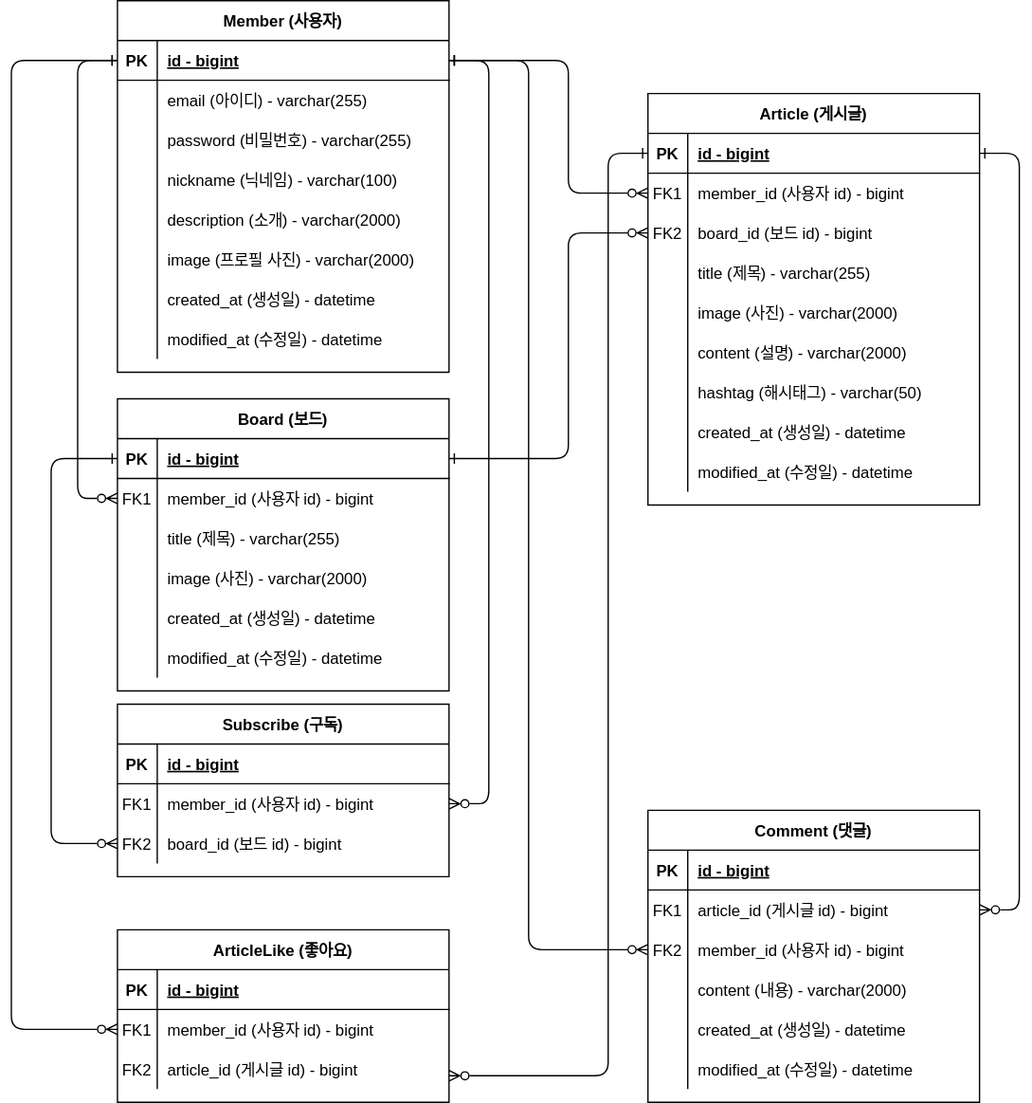
The draw.io diagram document/erd.svg in yessm621/pinterest, before a commit. Source tidied: cells renumbered, new cells last; positions are measured from the earlier drawing's top-left corner, leaving out a move shared by most shapes.
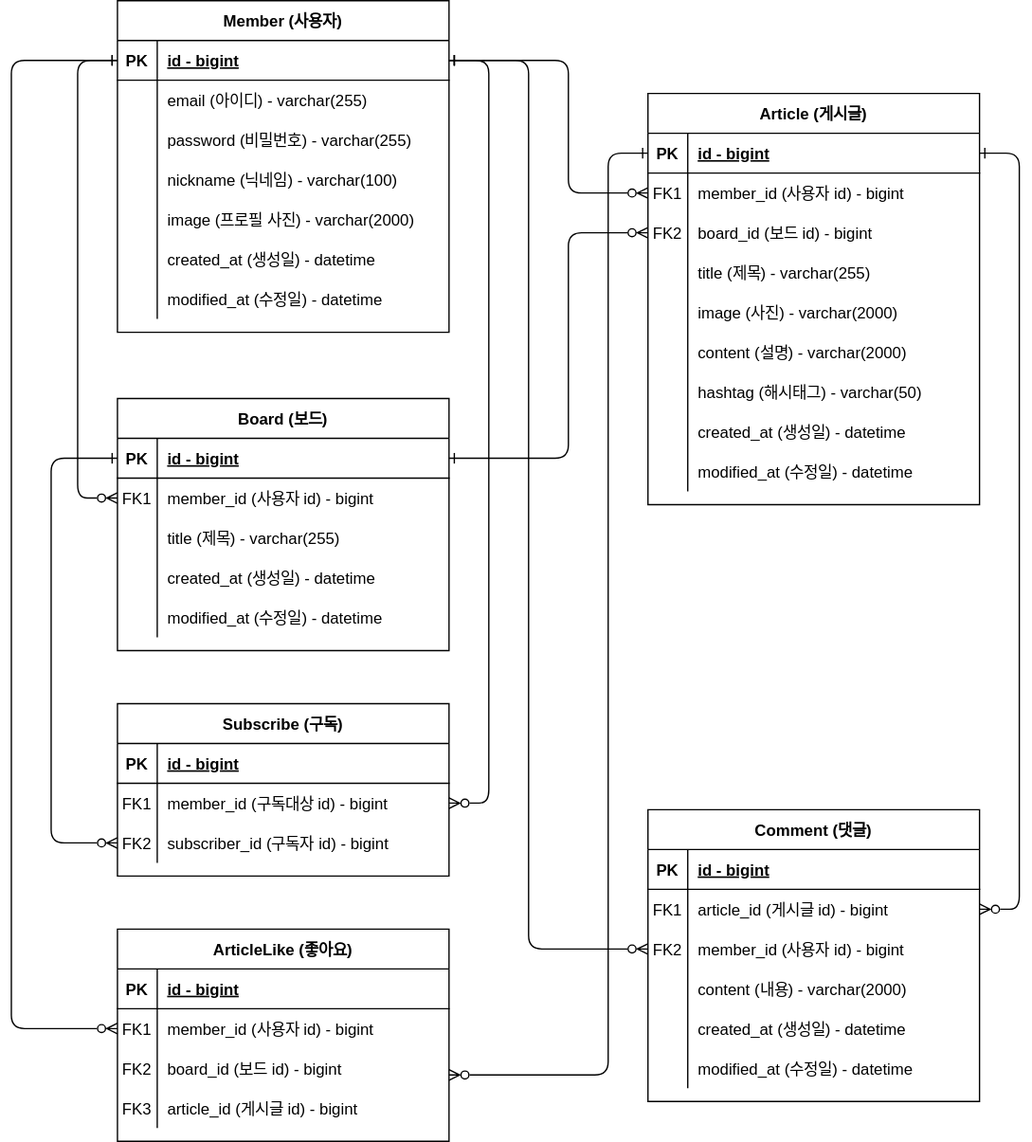
The same file after the commit.

What changed in the source:
```diff
@@ -87,7 +87,7 @@
       <mxGeometry x="30" width="220" height="30" as="geometry" />
     </mxCell>
     <mxCell id="30" value="Member (사용자)" style="shape=table;startSize=30;rowLines=0;fontStyle=1;align=center;" parent="1" vertex="1">
-      <mxGeometry x="80" width="250" height="280" as="geometry" />
+      <mxGeometry x="80" width="250" height="250" as="geometry" />
     </mxCell>
     <mxCell id="31" style="shape=partialRectangle;fillColor=none;points=[[0,0.5],[1,0.5]];portConstraint=eastwest;top=0;left=0;right=0;bottom=1;" parent="30" vertex="1">
       <mxGeometry y="30" width="250" height="30" as="geometry" />
@@ -125,17 +125,8 @@
     <mxCell id="42" value="nickname (닉네임) - varchar(100)" style="shape=partialRectangle;overflow=hidden;fillColor=none;top=0;left=0;bottom=0;right=0;align=left;spacingLeft=6;" parent="40" vertex="1">
       <mxGeometry x="30" width="220" height="30" as="geometry" />
     </mxCell>
-    <mxCell id="43" style="shape=partialRectangle;fillColor=none;top=0;left=0;right=0;bottom=0;" parent="30" vertex="1">
-      <mxGeometry y="150" width="250" height="30" as="geometry" />
-    </mxCell>
-    <mxCell id="44" style="shape=partialRectangle;overflow=hidden;fillColor=none;top=0;left=0;bottom=0;right=0;" parent="43" vertex="1">
-      <mxGeometry width="30" height="30" as="geometry" />
-    </mxCell>
-    <mxCell id="45" value="description (소개) - varchar(2000)" style="shape=partialRectangle;overflow=hidden;fillColor=none;top=0;left=0;bottom=0;right=0;align=left;spacingLeft=6;" parent="43" vertex="1">
-      <mxGeometry x="30" width="220" height="30" as="geometry" />
-    </mxCell>
     <mxCell id="46" style="shape=partialRectangle;fillColor=none;top=0;left=0;right=0;bottom=0;" parent="30" vertex="1">
-      <mxGeometry y="180" width="250" height="30" as="geometry" />
+      <mxGeometry y="150" width="250" height="30" as="geometry" />
     </mxCell>
     <mxCell id="47" style="shape=partialRectangle;overflow=hidden;fillColor=none;top=0;left=0;bottom=0;right=0;" parent="46" vertex="1">
       <mxGeometry width="30" height="30" as="geometry" />
@@ -144,7 +135,7 @@
       <mxGeometry x="30" width="220" height="30" as="geometry" />
     </mxCell>
     <mxCell id="49" style="shape=partialRectangle;fillColor=none;top=0;left=0;right=0;bottom=0;" parent="30" vertex="1">
-      <mxGeometry y="210" width="250" height="30" as="geometry" />
+      <mxGeometry y="180" width="250" height="30" as="geometry" />
     </mxCell>
     <mxCell id="50" style="shape=partialRectangle;overflow=hidden;fillColor=none;top=0;left=0;bottom=0;right=0;" parent="49" vertex="1">
       <mxGeometry width="30" height="30" as="geometry" />
@@ -153,7 +144,7 @@
       <mxGeometry x="30" width="220" height="30" as="geometry" />
     </mxCell>
     <mxCell id="52" style="shape=partialRectangle;fillColor=none;top=0;left=0;right=0;bottom=0;" parent="30" vertex="1">
-      <mxGeometry y="240" width="250" height="30" as="geometry" />
+      <mxGeometry y="210" width="250" height="30" as="geometry" />
     </mxCell>
     <mxCell id="53" style="shape=partialRectangle;overflow=hidden;fillColor=none;top=0;left=0;bottom=0;right=0;" parent="52" vertex="1">
       <mxGeometry width="30" height="30" as="geometry" />
@@ -162,7 +153,7 @@
       <mxGeometry x="30" width="220" height="30" as="geometry" />
     </mxCell>
     <mxCell id="55" value="Board (보드)" style="shape=table;startSize=30;rowLines=0;fontStyle=1;align=center;" parent="1" vertex="1">
-      <mxGeometry x="80" y="300" width="250" height="220" as="geometry" />
+      <mxGeometry x="80" y="300" width="250" height="190" as="geometry" />
     </mxCell>
     <mxCell id="56" style="shape=partialRectangle;fillColor=none;points=[[0,0.5],[1,0.5]];portConstraint=eastwest;top=0;left=0;right=0;bottom=1;" parent="55" vertex="1">
       <mxGeometry y="30" width="250" height="30" as="geometry" />
@@ -191,17 +182,8 @@
     <mxCell id="64" value="title (제목) - varchar(255)" style="shape=partialRectangle;overflow=hidden;fillColor=none;top=0;left=0;bottom=0;right=0;align=left;spacingLeft=6;" parent="62" vertex="1">
       <mxGeometry x="30" width="220" height="30" as="geometry" />
     </mxCell>
-    <mxCell id="65" style="shape=partialRectangle;fillColor=none;top=0;left=0;right=0;bottom=0;" parent="55" vertex="1">
-      <mxGeometry y="120" width="250" height="30" as="geometry" />
-    </mxCell>
-    <mxCell id="66" style="shape=partialRectangle;overflow=hidden;fillColor=none;top=0;left=0;bottom=0;right=0;" parent="65" vertex="1">
-      <mxGeometry width="30" height="30" as="geometry" />
-    </mxCell>
-    <mxCell id="67" value="image (사진) - varchar(2000)" style="shape=partialRectangle;overflow=hidden;fillColor=none;top=0;left=0;bottom=0;right=0;align=left;spacingLeft=6;" parent="65" vertex="1">
-      <mxGeometry x="30" width="220" height="30" as="geometry" />
-    </mxCell>
     <mxCell id="68" style="shape=partialRectangle;fillColor=none;top=0;left=0;right=0;bottom=0;" parent="55" vertex="1">
-      <mxGeometry y="150" width="250" height="30" as="geometry" />
+      <mxGeometry y="120" width="250" height="30" as="geometry" />
     </mxCell>
     <mxCell id="69" style="shape=partialRectangle;overflow=hidden;fillColor=none;top=0;left=0;bottom=0;right=0;" parent="68" vertex="1">
       <mxGeometry width="30" height="30" as="geometry" />
@@ -210,7 +192,7 @@
       <mxGeometry x="30" width="220" height="30" as="geometry" />
     </mxCell>
     <mxCell id="71" style="shape=partialRectangle;fillColor=none;top=0;left=0;right=0;bottom=0;" parent="55" vertex="1">
-      <mxGeometry y="180" width="250" height="30" as="geometry" />
+      <mxGeometry y="150" width="250" height="30" as="geometry" />
     </mxCell>
     <mxCell id="72" style="shape=partialRectangle;overflow=hidden;fillColor=none;top=0;left=0;bottom=0;right=0;" parent="71" vertex="1">
       <mxGeometry width="30" height="30" as="geometry" />
@@ -293,7 +275,7 @@
     <mxCell id="98" value="FK1" style="shape=partialRectangle;overflow=hidden;fillColor=none;top=0;left=0;bottom=0;right=0;" parent="97" vertex="1">
       <mxGeometry width="30" height="30" as="geometry" />
     </mxCell>
-    <mxCell id="99" value="member_id (사용자 id) - bigint" style="shape=partialRectangle;overflow=hidden;fillColor=none;top=0;left=0;bottom=0;right=0;align=left;spacingLeft=6;" parent="97" vertex="1">
+    <mxCell id="99" value="member_id (구독대상 id) - bigint" style="shape=partialRectangle;overflow=hidden;fillColor=none;top=0;left=0;bottom=0;right=0;align=left;spacingLeft=6;" parent="97" vertex="1">
       <mxGeometry x="30" width="220" height="30" as="geometry" />
     </mxCell>
     <mxCell id="100" style="shape=partialRectangle;fillColor=none;points=[[0,0.5],[1,0.5]];portConstraint=eastwest;top=0;left=0;right=0;bottom=0;" parent="93" vertex="1">
@@ -302,11 +284,11 @@
     <mxCell id="101" value="FK2" style="shape=partialRectangle;overflow=hidden;fillColor=none;top=0;left=0;bottom=0;right=0;" parent="100" vertex="1">
       <mxGeometry width="30" height="30" as="geometry" />
     </mxCell>
-    <mxCell id="102" value="board_id (보드 id) - bigint" style="shape=partialRectangle;overflow=hidden;fillColor=none;top=0;left=0;bottom=0;right=0;align=left;spacingLeft=6;" parent="100" vertex="1">
+    <mxCell id="102" value="subscriber_id (구독자 id) - bigint" style="shape=partialRectangle;overflow=hidden;fillColor=none;top=0;left=0;bottom=0;right=0;align=left;spacingLeft=6;" parent="100" vertex="1">
       <mxGeometry x="30" width="220" height="30" as="geometry" />
     </mxCell>
     <mxCell id="103" value="ArticleLike (좋아요)" style="shape=table;startSize=30;rowLines=0;fontStyle=1;align=center;" parent="1" vertex="1">
-      <mxGeometry x="80" y="700" width="250" height="130" as="geometry" />
+      <mxGeometry x="80" y="700" width="250" height="160" as="geometry" />
     </mxCell>
     <mxCell id="104" style="shape=partialRectangle;fillColor=none;top=0;left=0;right=0;bottom=1;" parent="103" vertex="1">
       <mxGeometry y="30" width="250" height="30" as="geometry" />
@@ -332,9 +314,18 @@
     <mxCell id="111" value="FK2" style="shape=partialRectangle;overflow=hidden;fillColor=none;top=0;left=0;bottom=0;right=0;" parent="110" vertex="1">
       <mxGeometry width="30" height="30" as="geometry" />
     </mxCell>
-    <mxCell id="112" value="article_id (게시글 id) - bigint" style="shape=partialRectangle;overflow=hidden;fillColor=none;top=0;left=0;bottom=0;right=0;align=left;spacingLeft=6;" parent="110" vertex="1">
+    <mxCell id="112" value="board_id (보드 id) - bigint" style="shape=partialRectangle;overflow=hidden;fillColor=none;top=0;left=0;bottom=0;right=0;align=left;spacingLeft=6;" parent="110" vertex="1">
       <mxGeometry x="30" width="220" height="30" as="geometry" />
     </mxCell>
+    <mxCell id="65" style="shape=partialRectangle;fillColor=none;top=0;left=0;right=0;bottom=0;" parent="103" vertex="1">
+      <mxGeometry y="120" width="250" height="30" as="geometry" />
+    </mxCell>
+    <mxCell id="122" value="FK3" style="shape=partialRectangle;overflow=hidden;fillColor=none;top=0;left=0;bottom=0;right=0;" parent="65" vertex="1">
+      <mxGeometry width="30" height="30" as="geometry" />
+    </mxCell>
+    <mxCell id="123" value="article_id (게시글 id) - bigint" style="shape=partialRectangle;overflow=hidden;fillColor=none;top=0;left=0;bottom=0;right=0;align=left;spacingLeft=6;" parent="65" vertex="1">
+      <mxGeometry x="30" width="220" height="30" as="geometry" />
+    </mxCell>
     <mxCell id="113" style="edgeStyle=orthogonalEdgeStyle;rounded=1;jettySize=auto;html=1;exitX=0;exitY=0.5;exitDx=0;exitDy=0;entryX=0;entryY=0.5;entryDx=0;entryDy=0;startArrow=ERone;startFill=0;endArrow=ERzeroToMany;endFill=0;" parent="1" edge="1" source="31" target="59">
       <mxGeometry relative="1" as="geometry">
         <Array as="points">
```
